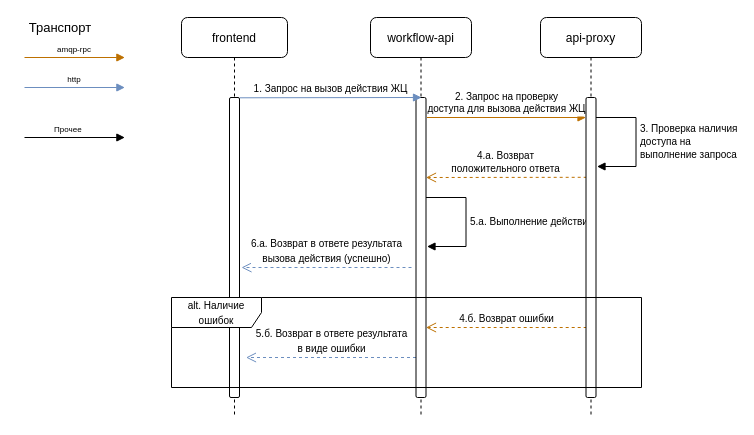
Above: workflow/workflow-log-api.drawio in effective-group/docs-drawio (draw.io), before the change. Source tidied: cells renumbered, new cells numbered last; positions are measured from the earlier drawing's top-left corner, leaving out a move shared by most shapes. Both pictures are drawn from the tidied source at 100%, with x=0, y=0 at pixel (24, 17).
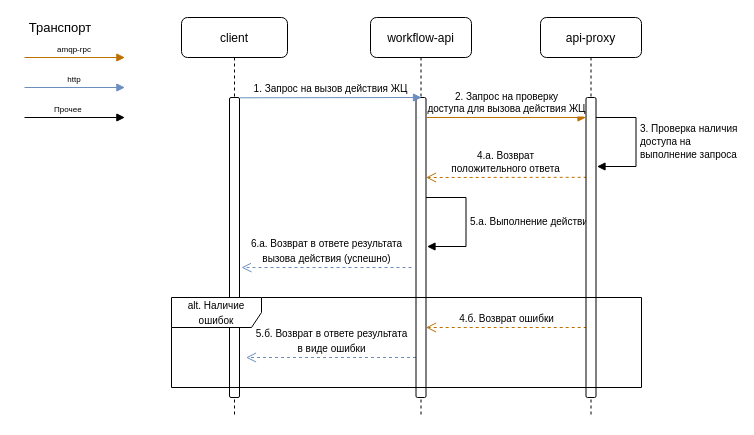
The same page after the edit.

The edit, as a diff of the source:
```diff
@@
-    <mxCell id="2" value="frontend" style="shape=umlLifeline;perimeter=lifelinePerimeter;rounded=1;shadow=0;strokeWidth=1;fontSize=12;" parent="1" vertex="1">
+    <mxCell id="2" value="client" style="shape=umlLifeline;perimeter=lifelinePerimeter;rounded=1;shadow=0;strokeWidth=1;fontSize=12;" parent="1" vertex="1">
       <mxGeometry x="157" width="106" height="400" as="geometry" />
     </mxCell>
@@
     <mxCell id="19" value="Прочее " style="verticalAlign=bottom;endArrow=block;shadow=0;strokeWidth=1;fontSize=8;entryX=-0.033;entryY=0.001;entryDx=0;entryDy=0;entryPerimeter=0;" parent="1" edge="1">
       <mxGeometry x="-0.11" relative="1" as="geometry">
-        <mxPoint y="120" as="sourcePoint" />
-        <mxPoint x="100.4" y="120" as="targetPoint" />
+        <mxPoint y="100" as="sourcePoint" />
+        <mxPoint x="100.4" y="100" as="targetPoint" />
       </mxGeometry>
     </mxCell>
```
